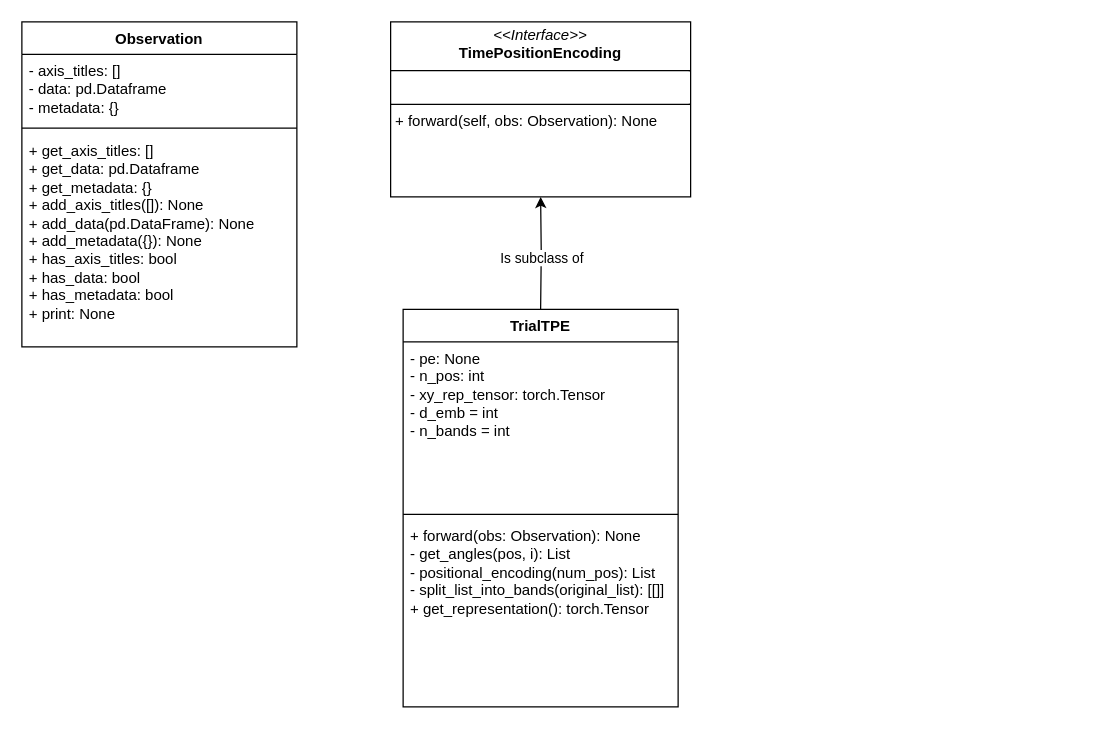
Earlier version of the draw.io diagram design_documents/simpleTransformer_class_diagram.drawio (Javk5pakfa/pytorchSelflearn). Source tidied: cells renumbered, new cells numbered last; positions are measured from the earlier drawing's top-left corner, leaving out a move shared by most shapes. Both pictures are drawn from the tidied source at 125%, with x=0, y=0 at pixel (21, 21).
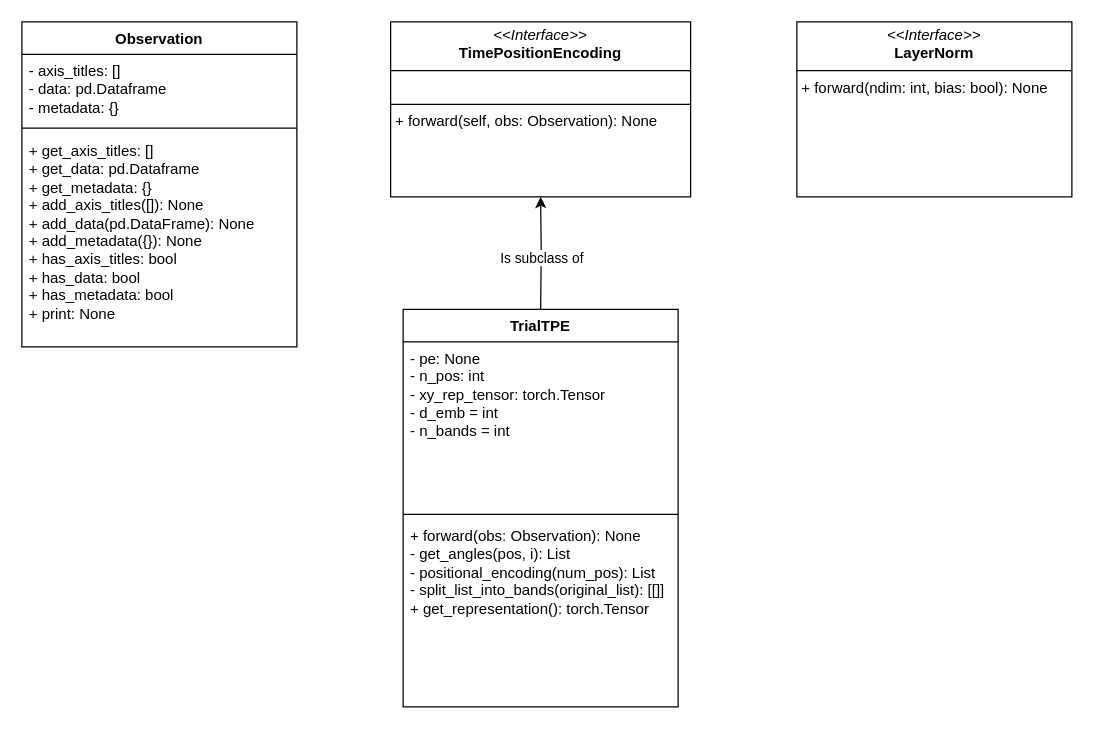
The same page after the edit.

Commit message (it also covers changes not shown here):
Add simple requirements.txt - Update design class diagram. - Cleanup simpleTransformer.py

What changed in the source:
```diff
@@
 <mxGraphModel>
   <root>
     <mxCell id="0" />
     <mxCell id="1" parent="0" />
     <mxCell id="2" value="Observation" style="swimlane;fontStyle=1;align=center;verticalAlign=top;horizontal=1;startSize=26;whiteSpace=wrap;html=1;" parent="1" vertex="1">
       <mxGeometry width="220" height="260" as="geometry" />
     </mxCell>
     <mxCell id="3" value="- axis_titles: []&lt;div&gt;- data: pd.Dataframe&lt;/div&gt;&lt;div&gt;- metadata: {}&lt;/div&gt;" style="text;strokeColor=none;fillColor=none;align=left;verticalAlign=top;spacingLeft=4;spacingRight=4;overflow=hidden;whiteSpace=wrap;html=1;" parent="2" vertex="1">
       <mxGeometry y="26" width="220" height="54" as="geometry" />
     </mxCell>
     <mxCell id="4" style="line;strokeWidth=1;fillColor=none;align=left;verticalAlign=middle;spacingTop=-1;spacingLeft=3;spacingRight=3;labelPosition=right;strokeColor=inherit;" parent="2" vertex="1">
       <mxGeometry y="80" width="220" height="10" as="geometry" />
     </mxCell>
     <mxCell id="5" value="+ get_axis_titles: []&lt;div&gt;+ get_data: pd.Dataframe&lt;/div&gt;&lt;div&gt;+ get_metadata: {}&lt;/div&gt;&lt;div&gt;+ add_axis_titles([]): None&lt;/div&gt;&lt;div&gt;+ add_data(pd.DataFrame): None&lt;/div&gt;&lt;div&gt;+ add_metadata({}): None&lt;/div&gt;&lt;div&gt;+ has_axis_titles: bool&lt;/div&gt;&lt;div&gt;+ has_data: bool&lt;/div&gt;&lt;div&gt;+ has_metadata: bool&lt;/div&gt;&lt;div&gt;+ print: None&lt;/div&gt;" style="text;strokeColor=none;fillColor=none;align=left;verticalAlign=top;spacingLeft=4;spacingRight=4;overflow=hidden;whiteSpace=wrap;html=1;" parent="2" vertex="1">
       <mxGeometry y="90" width="220" height="170" as="geometry" />
     </mxCell>
     <mxCell id="6" value="&lt;p style=&quot;margin:0px;margin-top:4px;text-align:center;&quot;&gt;&lt;i&gt;&amp;lt;&amp;lt;Interface&amp;gt;&amp;gt;&lt;/i&gt;&lt;br&gt;&lt;b&gt;TimePositionEncoding&lt;/b&gt;&lt;/p&gt;&lt;hr size=&quot;1&quot; style=&quot;border-style:solid;&quot;&gt;&lt;p style=&quot;margin:0px;margin-left:4px;&quot;&gt;&lt;br&gt;&lt;/p&gt;&lt;hr size=&quot;1&quot; style=&quot;border-style:solid;&quot;&gt;&lt;p style=&quot;margin:0px;margin-left:4px;&quot;&gt;+ forward(self, obs: Observation): None&amp;nbsp;&lt;br&gt;&lt;/p&gt;" style="verticalAlign=top;align=left;overflow=fill;html=1;whiteSpace=wrap;" parent="1" vertex="1">
       <mxGeometry x="295" width="240" height="140" as="geometry" />
     </mxCell>
     <mxCell id="7" style="edgeStyle=orthogonalEdgeStyle;rounded=0;jettySize=auto;html=1;entryX=0.5;entryY=1;entryDx=0;entryDy=0;" parent="1" edge="1" target="6">
       <mxGeometry relative="1" as="geometry">
         <mxPoint x="415" y="230" as="sourcePoint" />
       </mxGeometry>
     </mxCell>
     <mxCell id="8" value="Is subclass of" style="edgeLabel;html=1;align=center;verticalAlign=middle;" parent="7" vertex="1">
       <mxGeometry y="3" relative="1" as="geometry" />
     </mxCell>
     <mxCell id="9" value="TrialTPE" style="swimlane;fontStyle=1;align=center;verticalAlign=top;horizontal=1;startSize=26;whiteSpace=wrap;html=1;" parent="1" vertex="1">
       <mxGeometry x="305" y="230" width="220" height="318" as="geometry" />
     </mxCell>
     <mxCell id="10" value="- pe: None&lt;div&gt;- n_pos: int&lt;/div&gt;&lt;div&gt;- xy_rep_tensor: torch.Tensor&lt;/div&gt;&lt;div&gt;- d_emb = int&lt;/div&gt;&lt;div&gt;- n_bands = int&lt;/div&gt;" style="text;strokeColor=none;fillColor=none;align=left;verticalAlign=top;spacingLeft=4;spacingRight=4;overflow=hidden;whiteSpace=wrap;html=1;" parent="9" vertex="1">
       <mxGeometry y="26" width="220" height="134" as="geometry" />
     </mxCell>
     <mxCell id="11" style="line;strokeWidth=1;fillColor=none;align=left;verticalAlign=middle;spacingTop=-1;spacingLeft=3;spacingRight=3;labelPosition=right;strokeColor=inherit;" parent="9" vertex="1">
       <mxGeometry y="160" width="220" height="8" as="geometry" />
     </mxCell>
     <mxCell id="12" value="+ forward(obs: Observation): None&lt;div&gt;- get_angles(pos, i): List&lt;/div&gt;&lt;div&gt;- positional_encoding(num_pos): List&lt;/div&gt;&lt;div&gt;- split_list_into_bands(original_list): [[]]&lt;/div&gt;&lt;div&gt;+ get_representation(): torch.Tensor&lt;/div&gt;" style="text;strokeColor=none;fillColor=none;align=left;verticalAlign=top;spacingLeft=4;spacingRight=4;overflow=hidden;whiteSpace=wrap;html=1;" parent="9" vertex="1">
       <mxGeometry y="168" width="220" height="150" as="geometry" />
     </mxCell>
+    <mxCell id="13" value="&lt;p style=&quot;margin:0px;margin-top:4px;text-align:center;&quot;&gt;&lt;i&gt;&amp;lt;&amp;lt;Interface&amp;gt;&amp;gt;&lt;/i&gt;&lt;br&gt;&lt;b&gt;LayerNorm&lt;/b&gt;&lt;/p&gt;&lt;hr size=&quot;1&quot; style=&quot;border-style:solid;&quot;&gt;&lt;p style=&quot;margin:0px;margin-left:4px;&quot;&gt;&lt;/p&gt;&lt;p style=&quot;margin:0px;margin-left:4px;&quot;&gt;+ forward(ndim: int, bias: bool): None&lt;/p&gt;" style="verticalAlign=top;align=left;overflow=fill;html=1;whiteSpace=wrap;" parent="1" vertex="1">
+      <mxGeometry x="620" width="220" height="140" as="geometry" />
+    </mxCell>
   </root>
 </mxGraphModel>
```
